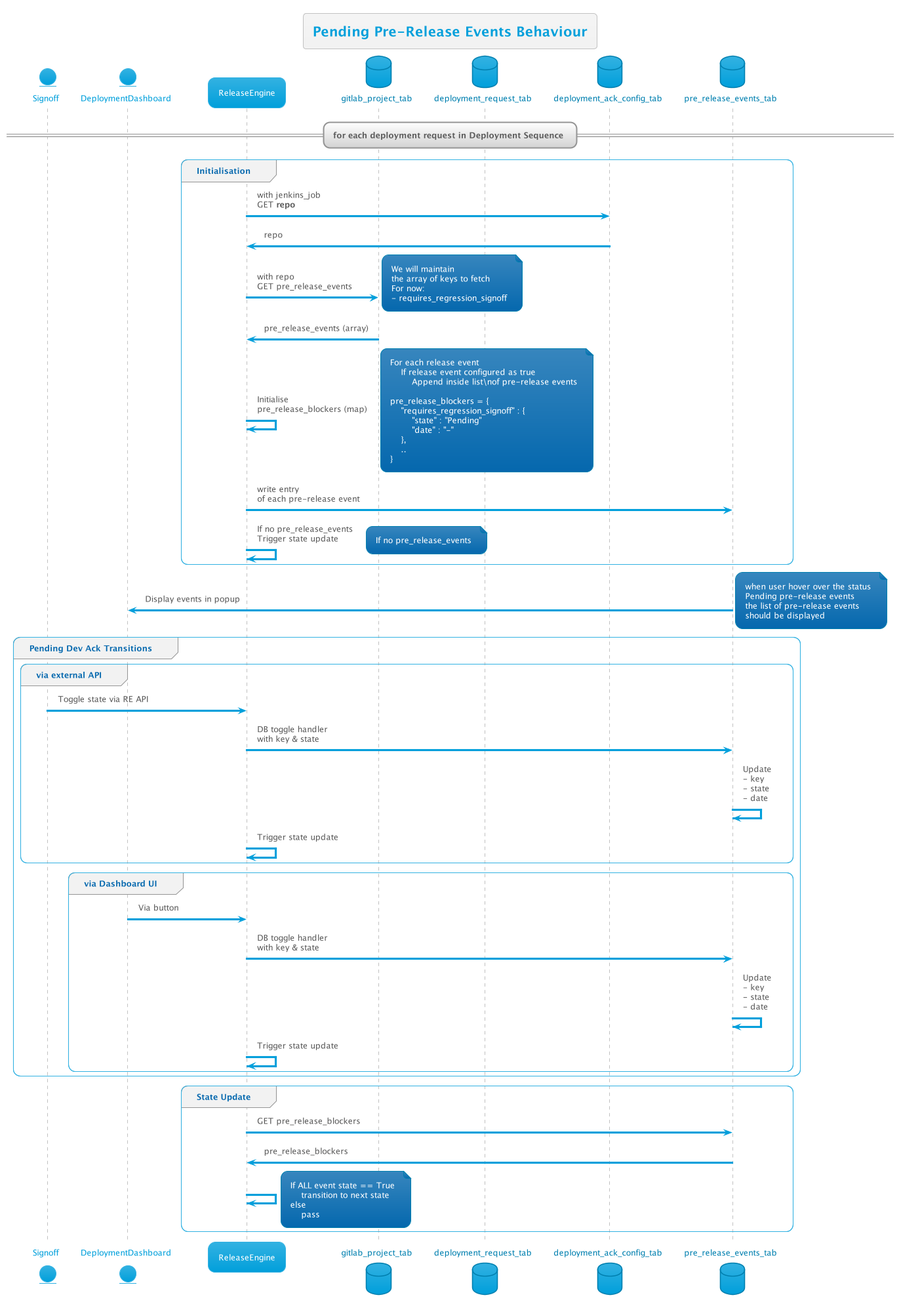
This is out/Multi-Day-Deployment/pendingPreReleaseBehaviour/pendingPreReleaseBehaviour.png from thetomitomo/diagrams, a PlantUML export, as it was before one commit.
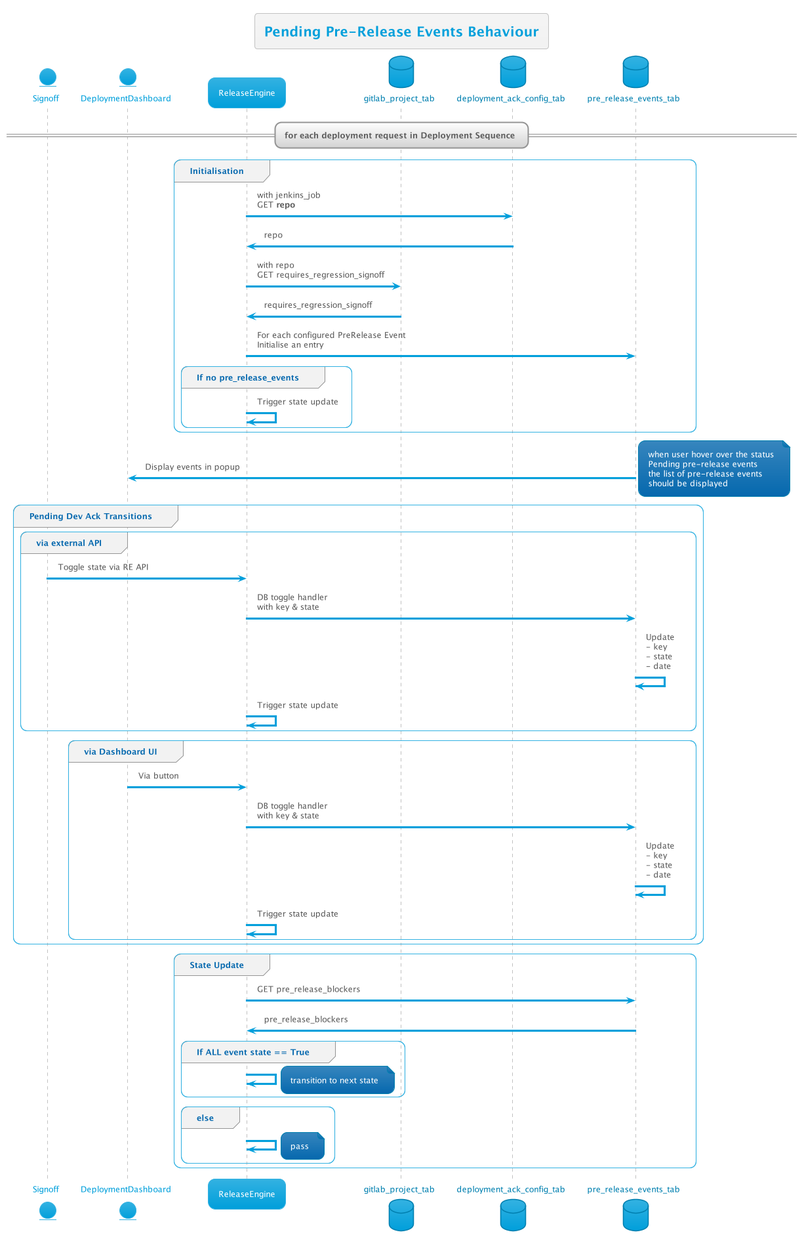
After the change.

The edit, as a diff of the source:
```diff
@@ -7,7 +7,6 @@
 entity DeploymentDashboard as DD
 participant ReleaseEngine as RE
 database gitlab_project_tab as gitDB
-database deployment_request_tab as deploymentDB
 database deployment_ack_config_tab as ackDB
 database pre_release_events_tab as PREDB
 
@@ -18,38 +17,15 @@
     RE -> ackDB : with jenkins_job\nGET <b>repo
     ackDB -> RE : repo
 
-    RE -> gitDB : with repo\nGET pre_release_events
-    note right
-        We will maintain
-        the array of keys to fetch
-        For now:
-        - requires_regression_signoff
-    end note
+    RE -> gitDB : with repo\nGET requires_regression_signoff
 
-    gitDB -> RE : pre_release_events (array)
+    gitDB -> RE : requires_regression_signoff
 
-    RE -> RE : Initialise\npre_release_blockers (map)
-    note right
-        For each release event
-            If release event configured as true
-                Append inside list\nof pre-release events
+    RE -> PREDB : For each configured PreRelease Event\nInitialise an entry
 
-        pre_release_blockers = {
-            "requires_regression_signoff" : {
-                "state" : "Pending"
-                "date" : "-"
-            },
-            ..
-        }
-    end note
-
-    RE -> PREDB: write entry\nof each pre-release event
-
-    RE -> RE : If no pre_release_events\nTrigger state update
-    note right
-        If no pre_release_events
-    end note
-
+    group If no pre_release_events
+        RE -> RE : Trigger state update
+    end group
 end group
 
     PREDB -> DD : Display events in popup
@@ -80,13 +56,18 @@
     RE -> PREDB : GET pre_release_blockers
     PREDB -> RE : pre_release_blockers
 
-    RE -> RE
-    note right
-        If ALL event state == True
+    group If ALL event state == True
+        RE -> RE
+        note right
             transition to next state
-        else
+        end note
+    end group
+    group else
+        RE -> RE
+        note right
             pass
-    end note
+        end note
+    end group
 end group
 
 
```
